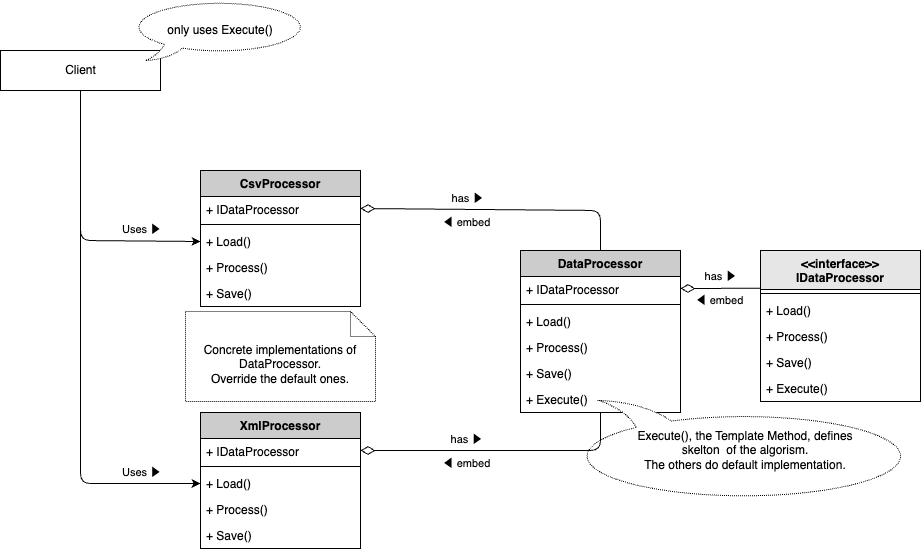
sh-yamaga/design-patterns-go keeps this draw.io diagram as internal/patterns/template/.docs/sample-program.drawio.png. Above is the earlier version. Source tidied: cells renumbered, new cells last; positions are measured from the earlier drawing's top-left corner, leaving out a move shared by most shapes.
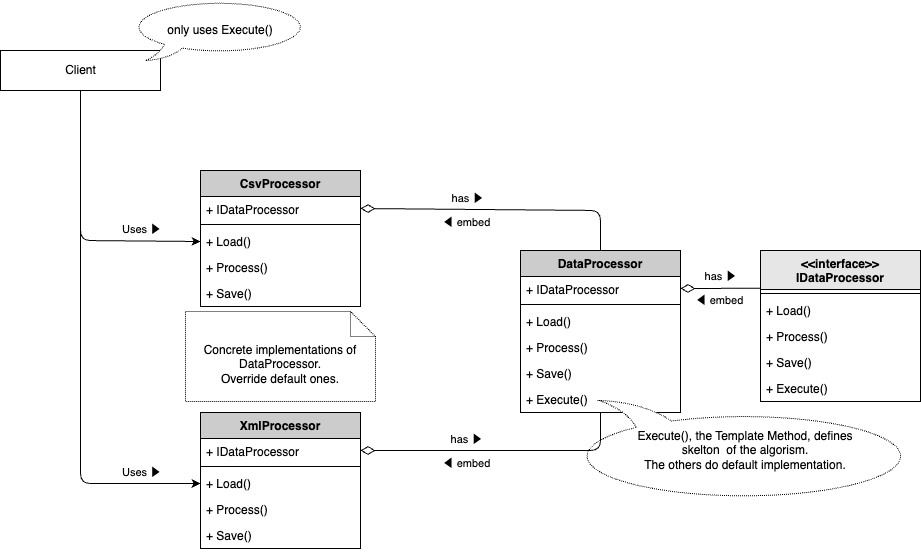
After the commit.

The edit, as a diff of the source:
```diff
@@ -157,7 +157,7 @@
         <mxPoint x="-26" y="11" as="offset" />
       </mxGeometry>
     </mxCell>
-    <mxCell id="43" value="&lt;span style=&quot;color: rgb(0, 0, 0);&quot;&gt;Concrete implementations of DataProcessor.&lt;/span&gt;&lt;br style=&quot;scrollbar-color: light-dark(#e2e2e2, #4b4b4b)&lt;br/&gt;&#9;&#9;&#9;&#9;&#9;light-dark(#fbfbfb, var(--dark-panel-color));&quot;&gt;&lt;span style=&quot;color: rgb(0, 0, 0);&quot;&gt;Override the default ones.&lt;/span&gt;" style="shape=note2;boundedLbl=1;whiteSpace=wrap;html=1;size=25;verticalAlign=top;align=center;dashed=1;dashPattern=1 1;" parent="1" vertex="1">
+    <mxCell id="43" value="&lt;span style=&quot;color: rgb(0, 0, 0);&quot;&gt;Concrete implementations of DataProcessor.&lt;/span&gt;&lt;br style=&quot;scrollbar-color: light-dark(#e2e2e2, #4b4b4b)&lt;br/&gt;&#9;&#9;&#9;&#9;&#9;light-dark(#fbfbfb, var(--dark-panel-color));&quot;&gt;&lt;span style=&quot;color: rgb(0, 0, 0);&quot;&gt;Override default ones.&lt;/span&gt;" style="shape=note2;boundedLbl=1;whiteSpace=wrap;html=1;size=25;verticalAlign=top;align=center;dashed=1;dashPattern=1 1;" parent="1" vertex="1">
       <mxGeometry x="185" y="311" width="190" height="90" as="geometry" />
     </mxCell>
   </root>
```
